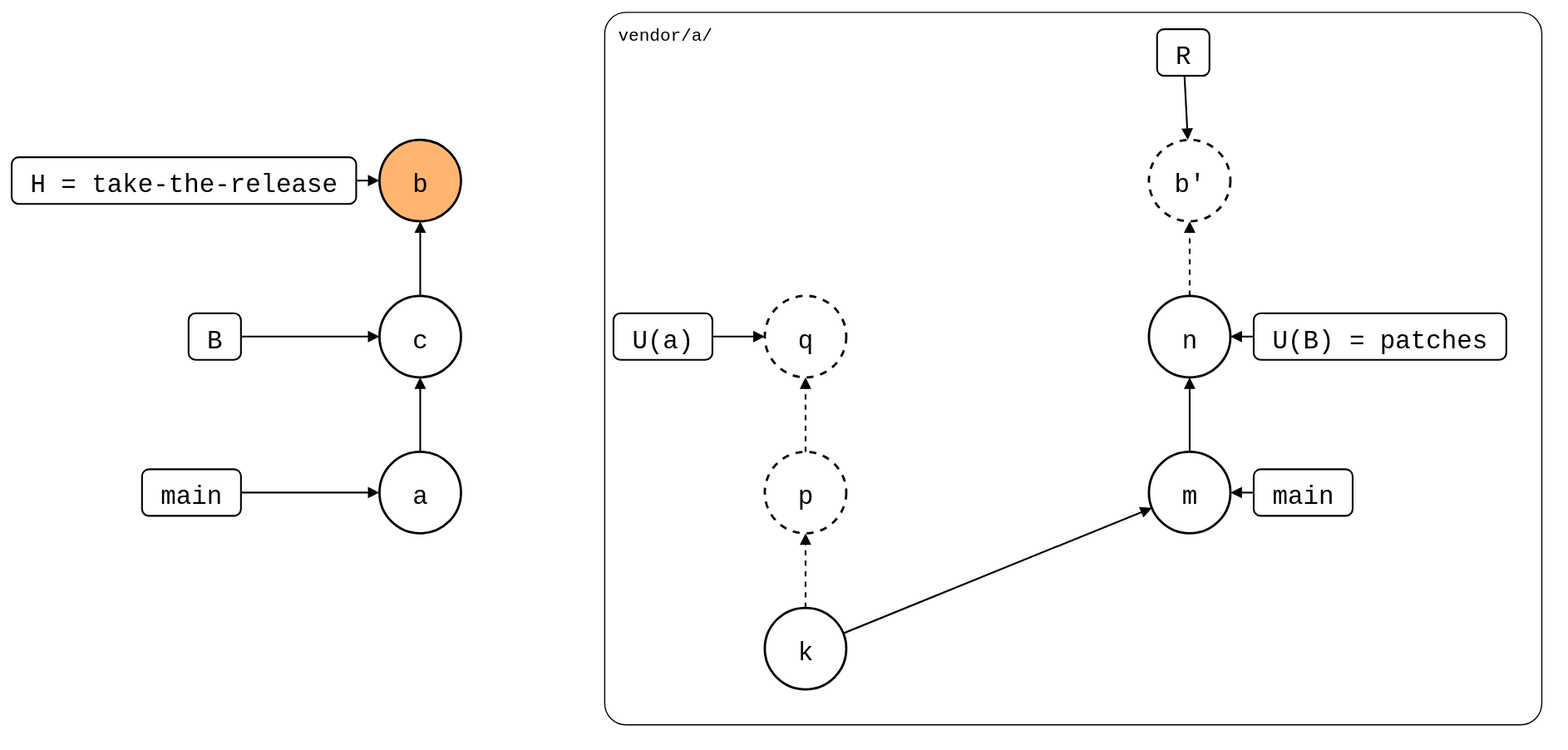
roschaefer/git-splice keeps this draw.io diagram as test/scenarios/06-rewritten-history/04-patch-branch-rebased/02-squash-merged/pull-request.drawio.svg. Above is the earlier version. Source tidied: cells renumbered, new cells last; positions are measured from the earlier drawing's top-left corner, leaving out a move shared by most shapes.
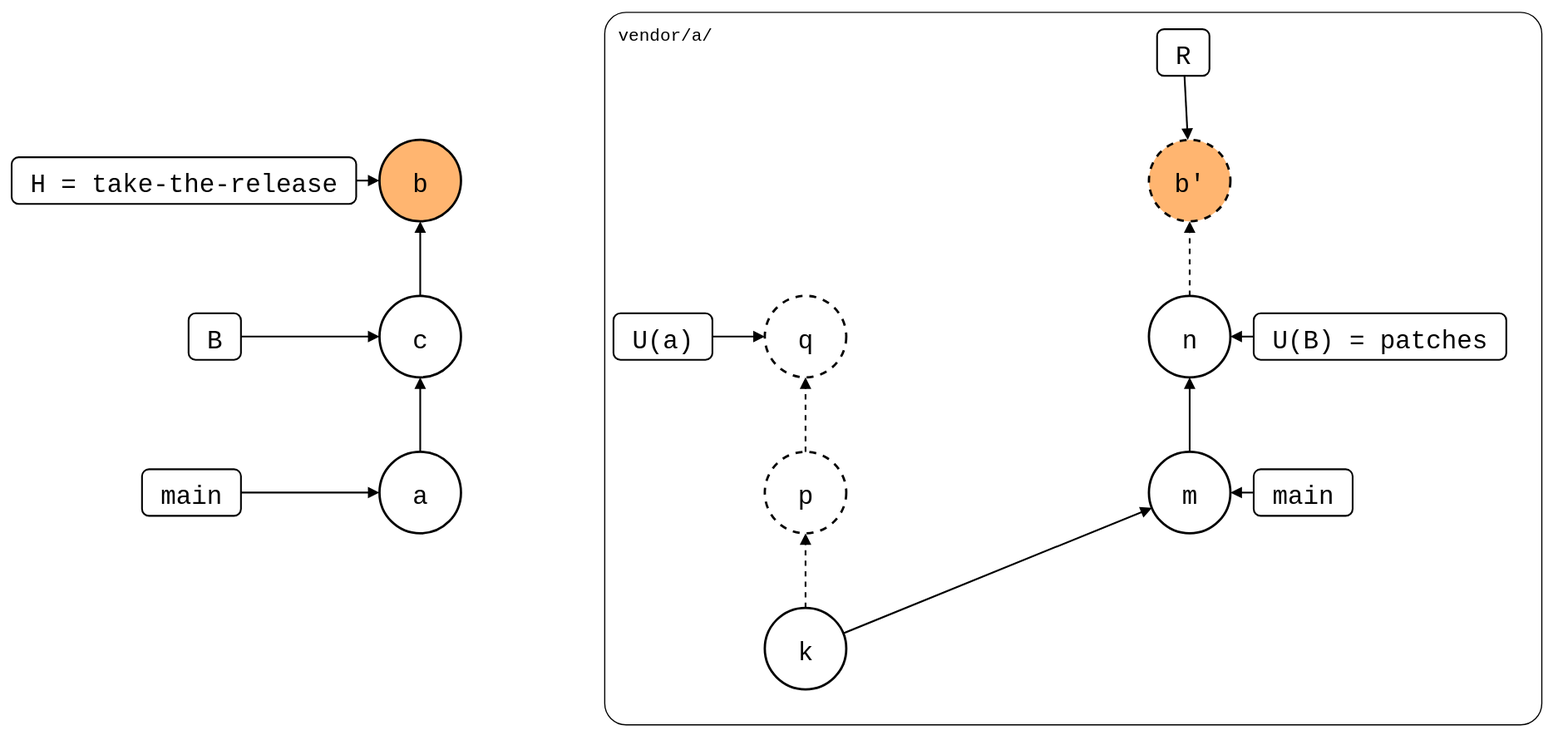
Above is the later version.

What changed in the source:
```diff
@@ -29,7 +29,7 @@
     <mxCell id="10" value="b" style="ellipse;strokeWidth=2;fontSize=22;fontFamily=Roboto Mono,monospace;fillColor=#FFB570;" parent="1" vertex="1">
       <mxGeometry x="316" y="110" width="70" height="70" as="geometry" />
     </mxCell>
-    <mxCell id="11" value="b'" style="ellipse;strokeWidth=2;fontSize=22;fontFamily=Roboto Mono,monospace;dashed=1;" parent="1" vertex="1">
+    <mxCell id="11" value="b'" style="ellipse;strokeWidth=2;fontSize=22;fontFamily=Roboto Mono,monospace;dashed=1;fillColor=#FFB570;" parent="1" vertex="1">
       <mxGeometry x="977" y="110" width="70" height="70" as="geometry" />
     </mxCell>
     <mxCell id="12" value="H = take-the-release" style="rounded=1;strokeWidth=1.5;fontSize=22;fontFamily=Roboto Mono,monospace;" parent="1" vertex="1">
```
